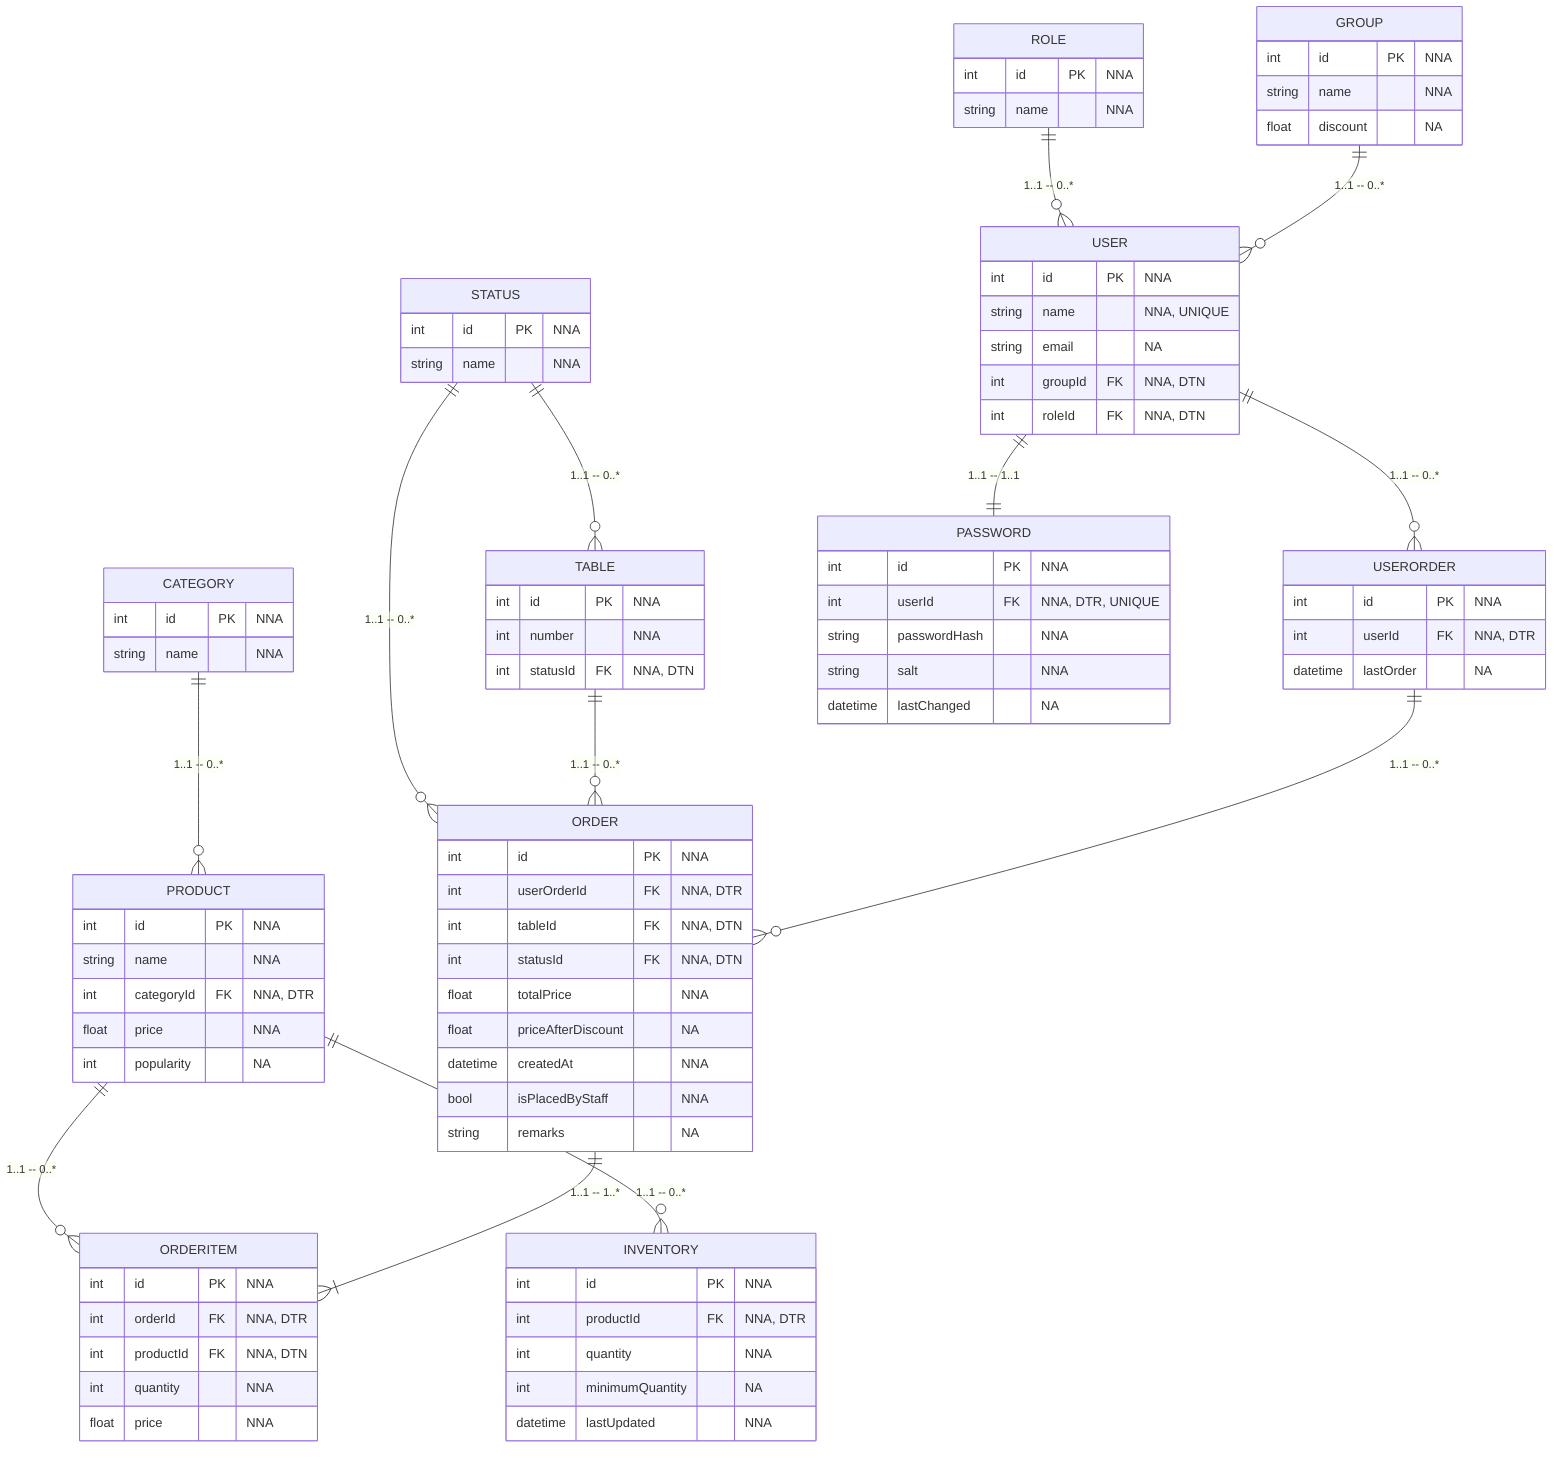
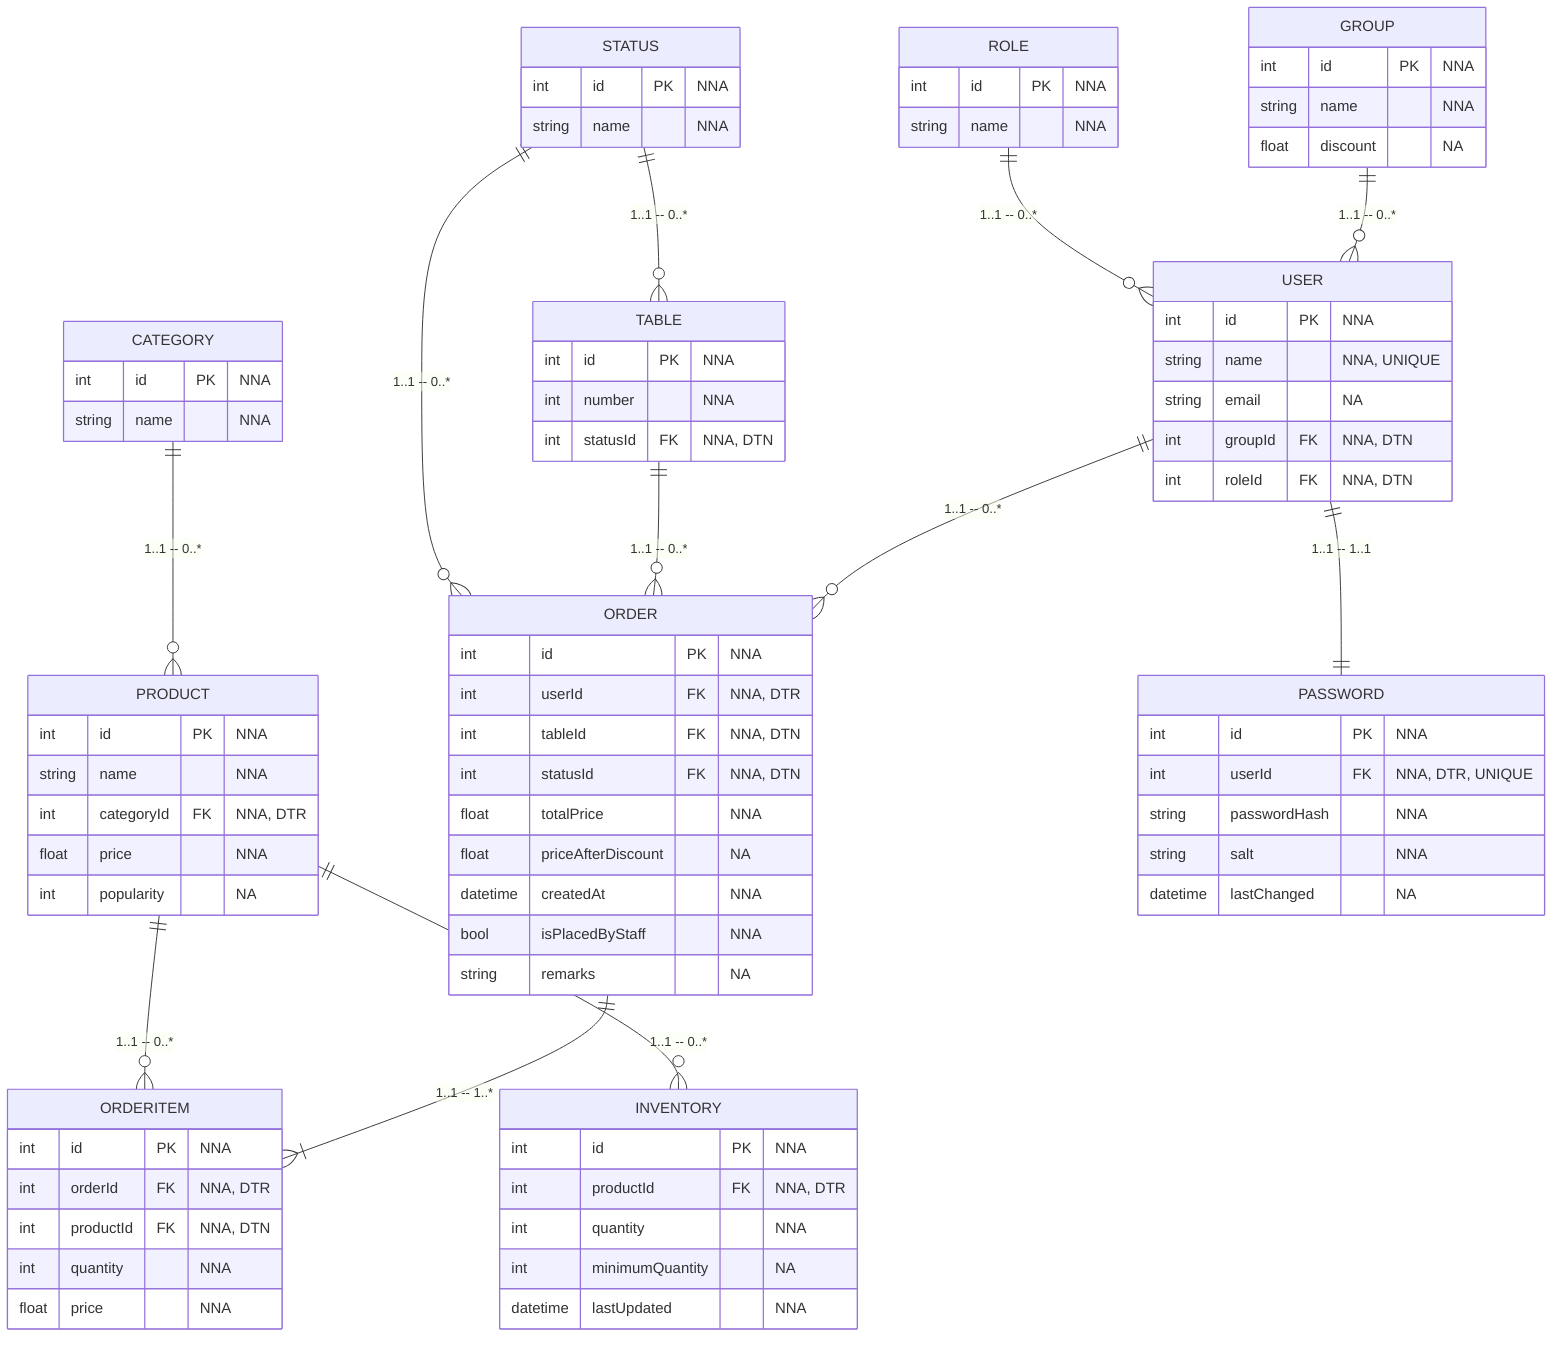
%% Note: userId in PASSWORD should be unique to enforce one-to-one relationship with USER.

erDiagram
-     USER ||--o{ USERORDER : "1..1 -- 0..*"
-     USERORDER ||--o{ ORDER : "1..1 -- 0..*"
+     USER ||--o{ ORDER : "1..1 -- 0..*"
    TABLE ||--o{ ORDER : "1..1 -- 0..*"
    ORDER ||--|{ ORDERITEM : "1..1 -- 1..*"
    PRODUCT ||--o{ ORDERITEM : "1..1 -- 0..*"
    GROUP ||--o{ USER : "1..1 -- 0..*"
    CATEGORY ||--o{ PRODUCT : "1..1 -- 0..*"
    PRODUCT ||--o{ INVENTORY : "1..1 -- 0..*"
    ROLE ||--o{ USER : "1..1 -- 0..*"
    STATUS ||--o{ TABLE : "1..1 -- 0..*"
    STATUS ||--o{ ORDER : "1..1 -- 0..*"
    USER ||--|| PASSWORD : "1..1 -- 1..1"

    USER {
        int id PK "NNA"
        string name "NNA, UNIQUE"
        string email "NA"
        int groupId FK "NNA, DTN"
        int roleId FK "NNA, DTN"
    }
    PASSWORD {
        int id PK "NNA"
        int userId FK "NNA, DTR, UNIQUE"
        string passwordHash "NNA"
        string salt "NNA"
        datetime lastChanged "NA"
    }
    ROLE {
        int id PK "NNA"
        string name "NNA"
    }
-     USERORDER {
-         int id PK "NNA"
-         int userId FK "NNA, DTR"
-         datetime lastOrder "NA"
-     }
    GROUP {
        int id PK "NNA"
        string name "NNA"
        float discount "NA"
    }
    TABLE {
        int id PK "NNA"
        int number "NNA"
        int statusId FK "NNA, DTN"
    }
    PRODUCT {
        int id PK "NNA"
        string name "NNA"
        int categoryId FK "NNA, DTR"
        float price "NNA"
        int popularity "NA"
    }
    CATEGORY {
        int id PK "NNA"
        string name "NNA"
    }
    ORDER {
        int id PK "NNA"
-         int userOrderId FK "NNA, DTR"
+         int userId FK "NNA, DTR"
        int tableId FK "NNA, DTN"
        int statusId FK "NNA, DTN"
        float totalPrice "NNA"
        float priceAfterDiscount "NA"
        datetime createdAt "NNA"
        bool isPlacedByStaff "NNA"
        string remarks "NA"
    }
    STATUS {
        int id PK "NNA"
        string name "NNA"
    }
    ORDERITEM {
        int id PK "NNA"
        int orderId FK "NNA, DTR"
        int productId FK "NNA, DTN"
        int quantity "NNA"
        float price "NNA"
    }
    INVENTORY {
        int id PK "NNA"
        int productId FK "NNA, DTR"
        int quantity "NNA"
        int minimumQuantity "NA"
        datetime lastUpdated "NNA"
    }
